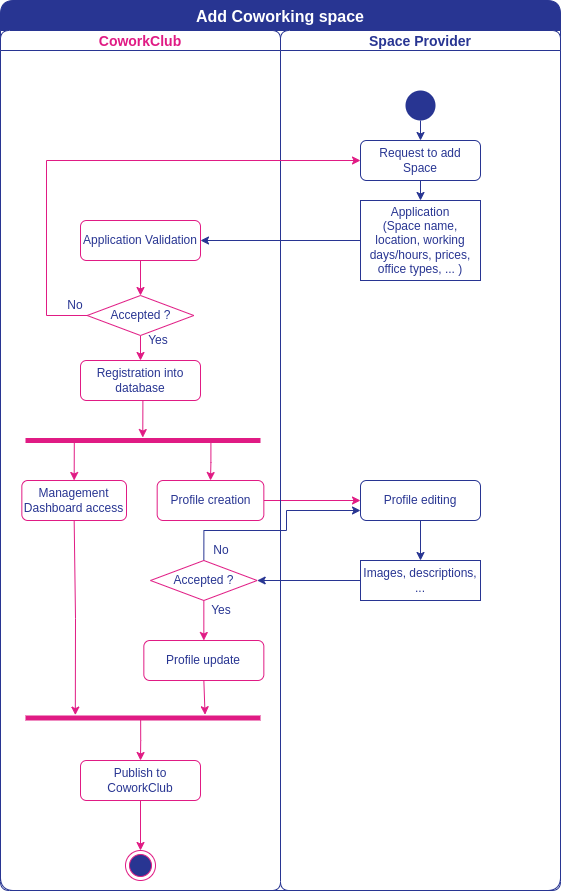
DavidAraujo98/CoworkClub keeps this draw.io diagram as documentation/elaboration/activity-diagram-add-space.png. Above is the earlier version. Source tidied: cells renumbered, new cells last; positions are measured from the earlier drawing's top-left corner, leaving out a move shared by most shapes.
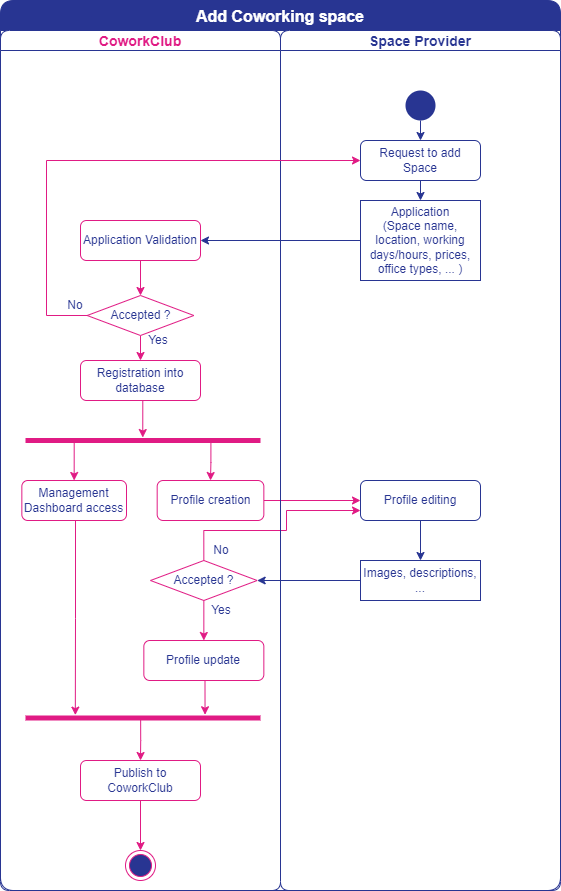
After the commit.

What changed in the source:
```diff
@@ -11,7 +11,7 @@
     <mxCell id="4" style="edgeStyle=orthogonalEdgeStyle;rounded=0;jettySize=auto;html=1;exitX=0;exitY=0.5;exitDx=0;exitDy=0;entryX=1;entryY=0.5;entryDx=0;entryDy=0;fontSize=14;fontColor=#283592;strokeColor=#283592;" parent="2" edge="1" source="40" target="17">
       <mxGeometry relative="1" as="geometry" />
     </mxCell>
-    <mxCell id="5" style="edgeStyle=orthogonalEdgeStyle;rounded=0;jettySize=auto;html=1;exitX=0.5;exitY=0;exitDx=0;exitDy=0;entryX=0;entryY=0.75;entryDx=0;entryDy=0;fontSize=14;fontColor=#283592;strokeColor=#283592;" parent="2" edge="1" source="17" target="39">
+    <mxCell id="5" style="edgeStyle=orthogonalEdgeStyle;rounded=0;jettySize=auto;html=1;exitX=0.5;exitY=0;exitDx=0;exitDy=0;entryX=0;entryY=0.75;entryDx=0;entryDy=0;fontSize=14;fontColor=#283592;strokeColor=#E01B84;" parent="2" edge="1" source="17" target="39">
       <mxGeometry relative="1" as="geometry">
         <Array as="points">
           <mxPoint x="203" y="530" />
```
